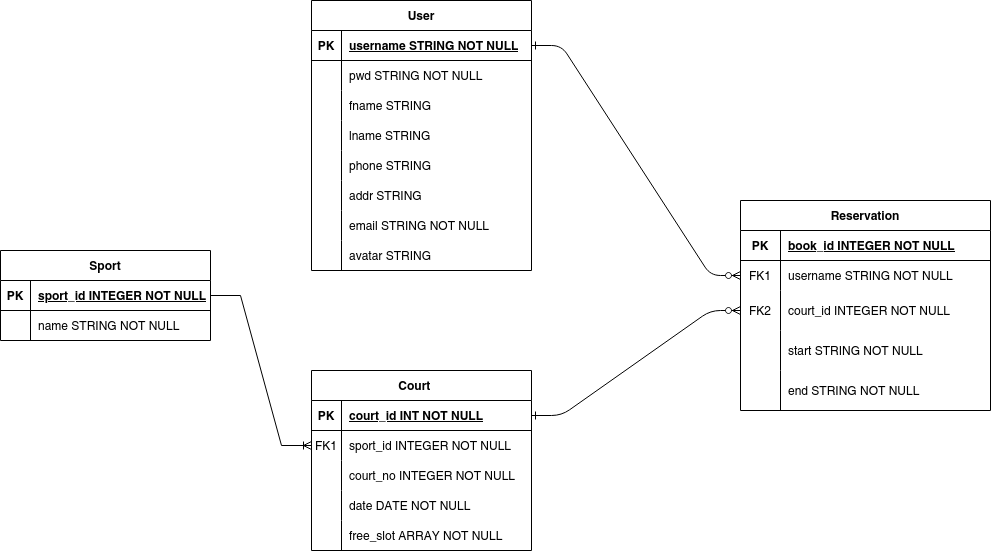
The draw.io diagram uploads/PWP-BYC-diagram.png in tuminguyen/PWP, before a commit. Source tidied: cells renumbered, new cells last; positions are measured from the earlier drawing's top-left corner, leaving out a move shared by most shapes.
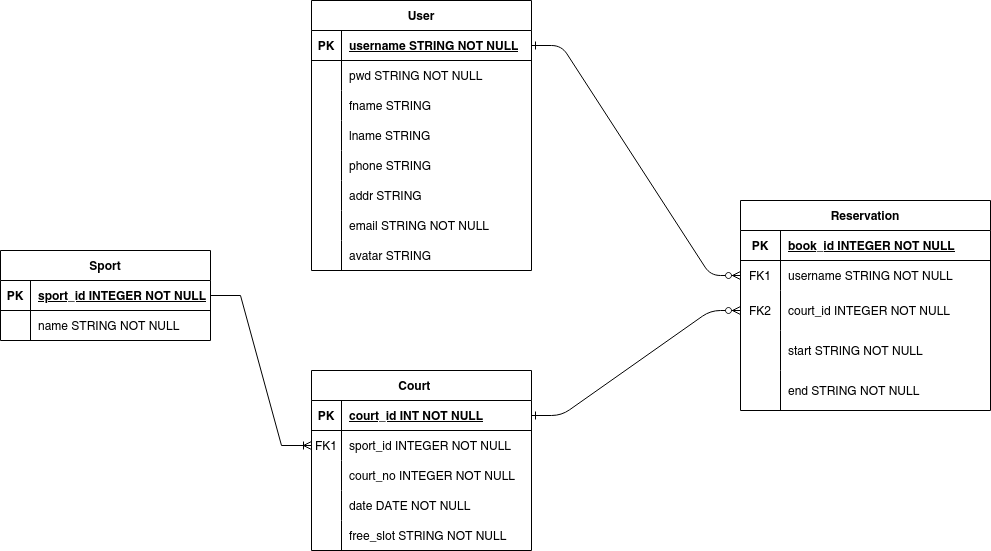
After the commit.

Diff of the diagram source:
```diff
@@ -119,7 +119,7 @@
     <mxCell id="40" style="shape=partialRectangle;fillColor=none;top=0;left=0;bottom=0;right=0;overflow=hidden;" parent="39" vertex="1">
       <mxGeometry width="30" height="30" as="geometry" />
     </mxCell>
-    <mxCell id="41" value="free_slot ARRAY NOT NULL" style="shape=partialRectangle;fillColor=none;top=0;left=0;bottom=0;right=0;align=left;spacingLeft=6;overflow=hidden;" parent="39" vertex="1">
+    <mxCell id="41" value="free_slot STRING NOT NULL" style="shape=partialRectangle;fillColor=none;top=0;left=0;bottom=0;right=0;align=left;spacingLeft=6;overflow=hidden;" parent="39" vertex="1">
       <mxGeometry x="30" width="190" height="30" as="geometry" />
     </mxCell>
     <mxCell id="42" value="User" style="shape=table;startSize=30;rowLines=0;fontStyle=1;align=center;" parent="1" vertex="1">
```
